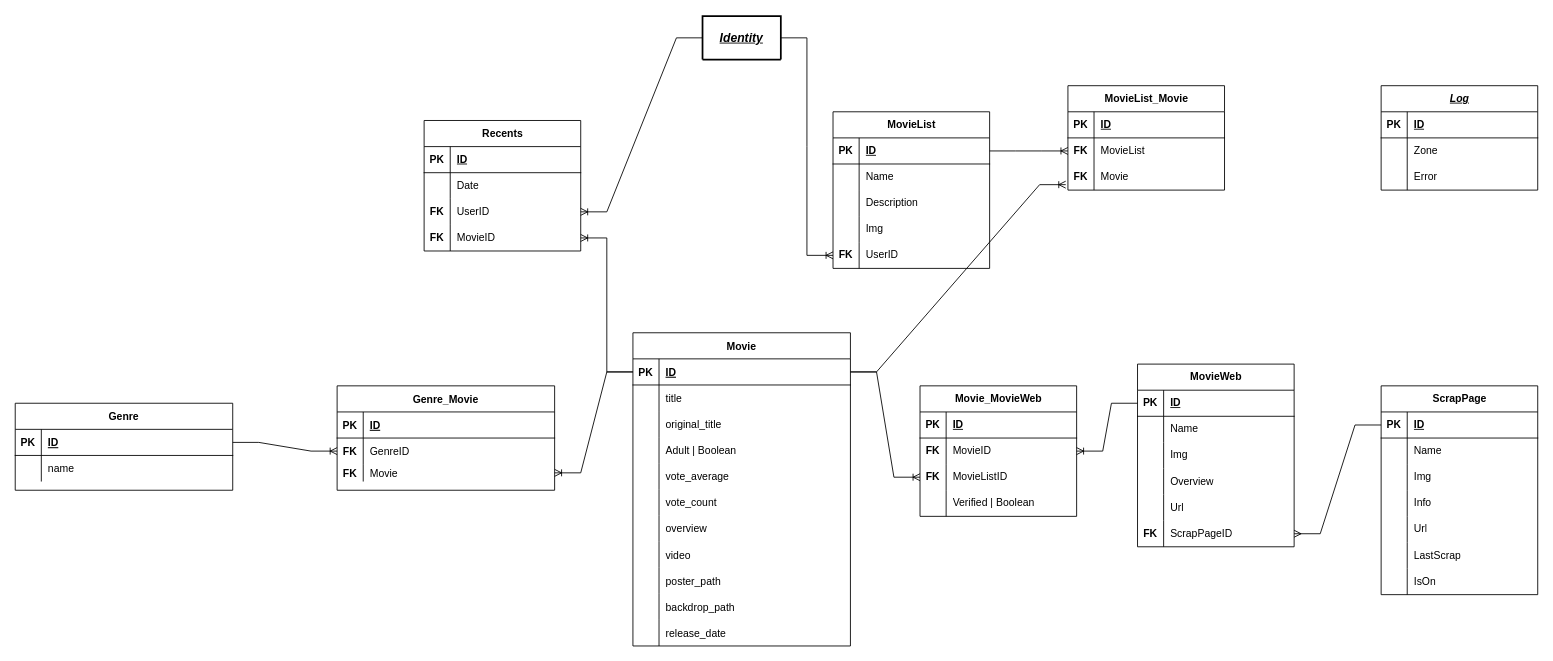
Above: DatabaseDiagram.drawio in AbreuHD/KuhakuAPI (draw.io), before the change. Source tidied: cells renumbered, new cells numbered last; positions are measured from the earlier drawing's top-left corner, leaving out a move shared by most shapes. Both pictures are drawn from the tidied source at 87%, with x=0, y=0 at pixel (15, 16).
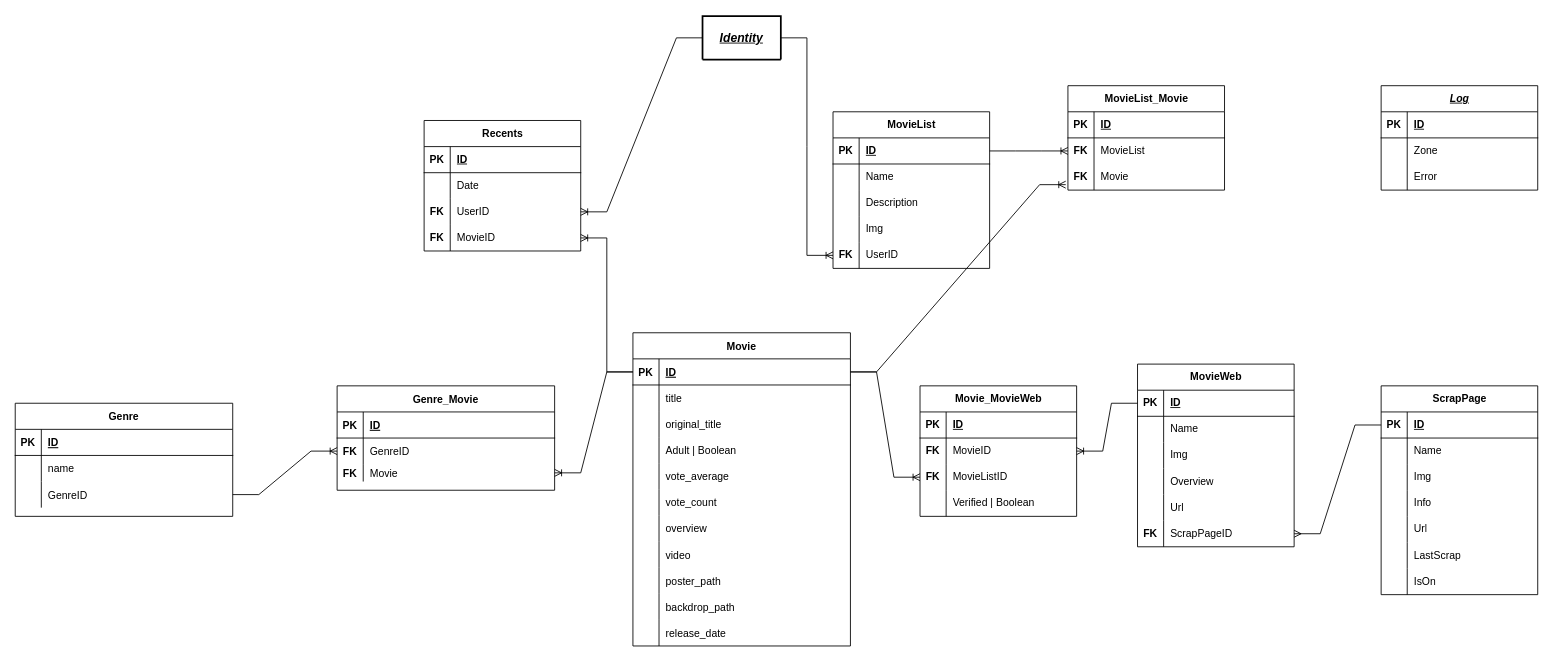
The same page after the edit.

Unchanged cells that the change refers to:
```xml
<mxCell id="37" style="shape=partialRectangle;fillColor=none;points=[[0,0.5],[1,0.5]];portConstraint=eastwest;top=0;left=0;right=0;bottom=1;" parent="36" vertex="1">
  <mxGeometry y="30" width="250" height="30" as="geometry" />
</mxCell>
<mxCell id="47" style="shape=partialRectangle;fillColor=none;points=[[0,0.5],[1,0.5]];portConstraint=eastwest;top=0;left=0;right=0;bottom=0;" parent="43" vertex="1">
  <mxGeometry y="60" width="250" height="30" as="geometry" />
</mxCell>
```

Diff of the diagram source:
```diff
@@
     <mxCell id="36" value="Genre" style="shape=table;startSize=30;childLayout=tableLayout;rowLines=0;fontStyle=1;align=center;" parent="1" vertex="1">
-      <mxGeometry y="445" width="250" height="100" as="geometry" />
+      <mxGeometry y="445" width="250" height="130" as="geometry" />
     </mxCell>
@@
+    <mxCell id="168" style="shape=partialRectangle;fillColor=none;points=[[0,0.5],[1,0.5]];portConstraint=eastwest;top=0;left=0;right=0;bottom=0;" parent="36" vertex="1">
+      <mxGeometry y="90" width="250" height="30" as="geometry" />
+    </mxCell>
+    <mxCell id="169" style="shape=partialRectangle;overflow=hidden;fillColor=none;top=0;left=0;bottom=0;right=0;" parent="168" vertex="1">
+      <mxGeometry width="30" height="30" as="geometry" />
+    </mxCell>
+    <mxCell id="170" value="GenreID" style="shape=partialRectangle;overflow=hidden;fillColor=none;top=0;left=0;bottom=0;right=0;align=left;spacingLeft=6;" parent="168" vertex="1">
+      <mxGeometry x="30" width="220" height="30" as="geometry" />
+    </mxCell>
@@
-    <mxCell id="54" style="edgeStyle=entityRelationEdgeStyle;fontSize=12;html=1;endArrow=ERoneToMany;rounded=0;exitX=1;exitY=0.5;exitDx=0;exitDy=0;entryX=0;entryY=0.5;entryDx=0;entryDy=0;" parent="1" edge="1" source="37" target="47">
+    <mxCell id="54" style="edgeStyle=entityRelationEdgeStyle;fontSize=12;html=1;endArrow=ERoneToMany;rounded=0;entryX=0;entryY=0.5;entryDx=0;entryDy=0;" parent="1" edge="1" source="168" target="47">
       <mxGeometry relative="1" as="geometry" />
     </mxCell>
```
